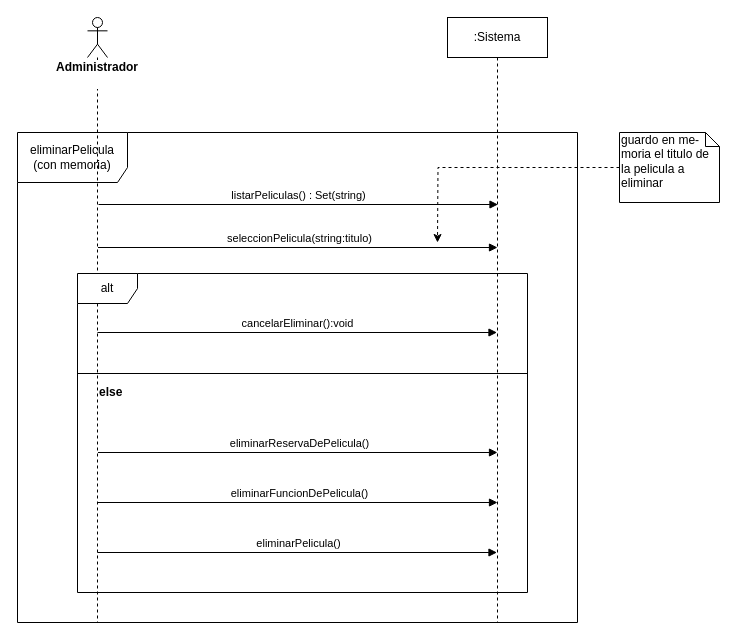
This is DSS_y_Contratos/eliminarPeliculas.drawio from febentancor/ObligatorioPAV, a draw.io file, before an edit. Source tidied: cells renumbered, new cells numbered last; positions are measured from the earlier drawing's top-left corner, leaving out a move shared by most shapes. Both pictures are drawn from the tidied source at 100%, with x=0, y=0 at pixel (17, 17).
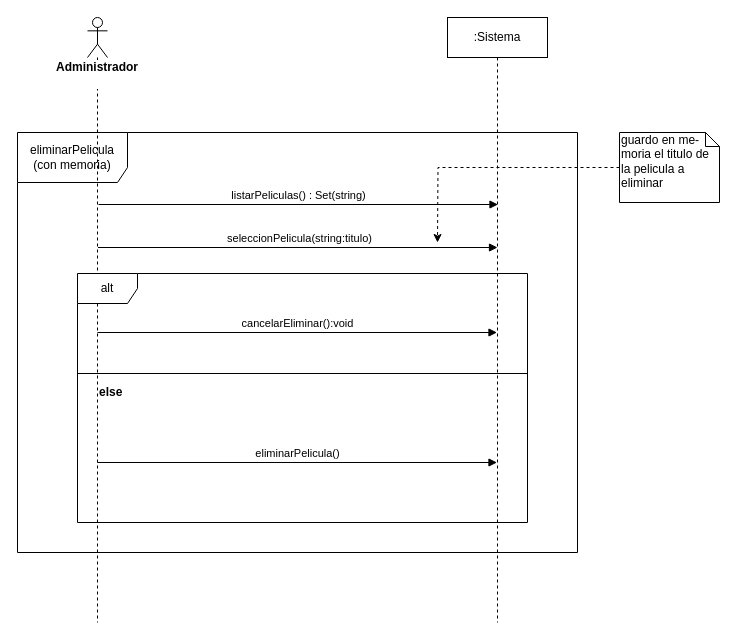
Above is the later version.

What changed in the source:
```diff
@@
     <mxCell id="2" value="&lt;div&gt;eliminarPelicula&lt;/div&gt;&lt;div&gt;(con memoria)&lt;br&gt;&lt;/div&gt;" style="shape=umlFrame;whiteSpace=wrap;html=1;width=110;height=50;" parent="1" vertex="1">
-      <mxGeometry y="115" width="560" height="490" as="geometry" />
+      <mxGeometry y="115" width="560" height="420" as="geometry" />
     </mxCell>
@@
     <mxCell id="6" value="alt" style="shape=umlFrame;whiteSpace=wrap;html=1;" parent="1" vertex="1">
-      <mxGeometry x="60" y="256" width="450" height="319" as="geometry" />
+      <mxGeometry x="60" y="256" width="450" height="249" as="geometry" />
     </mxCell>
@@
     <mxCell id="13" value="eliminarPelicula()" style="html=1;verticalAlign=bottom;endArrow=block;" parent="1" edge="1">
       <mxGeometry relative="1" as="geometry">
-        <mxPoint x="80" y="535" as="sourcePoint" />
-        <mxPoint x="479.5" y="535" as="targetPoint" />
-        <mxPoint x="1" as="offset" />
+        <mxPoint x="80" y="445" as="sourcePoint" />
+        <mxPoint x="479.5" y="445" as="targetPoint" />
       </mxGeometry>
     </mxCell>
-    <mxCell id="14" value="eliminarReservaDePelicula()" style="html=1;verticalAlign=bottom;endArrow=block;" parent="1" edge="1">
-      <mxGeometry relative="1" as="geometry">
-        <mxPoint x="80.5" y="435" as="sourcePoint" />
-        <mxPoint x="480" y="435" as="targetPoint" />
-        <mxPoint x="1" as="offset" />
-      </mxGeometry>
-    </mxCell>
-    <mxCell id="15" value="eliminarFuncionDePelicula()" style="html=1;verticalAlign=bottom;endArrow=block;" parent="1" edge="1">
-      <mxGeometry relative="1" as="geometry">
-        <mxPoint x="80.5" y="485" as="sourcePoint" />
-        <mxPoint x="480" y="485" as="targetPoint" />
-        <mxPoint x="1" as="offset" />
-      </mxGeometry>
-    </mxCell>
```
